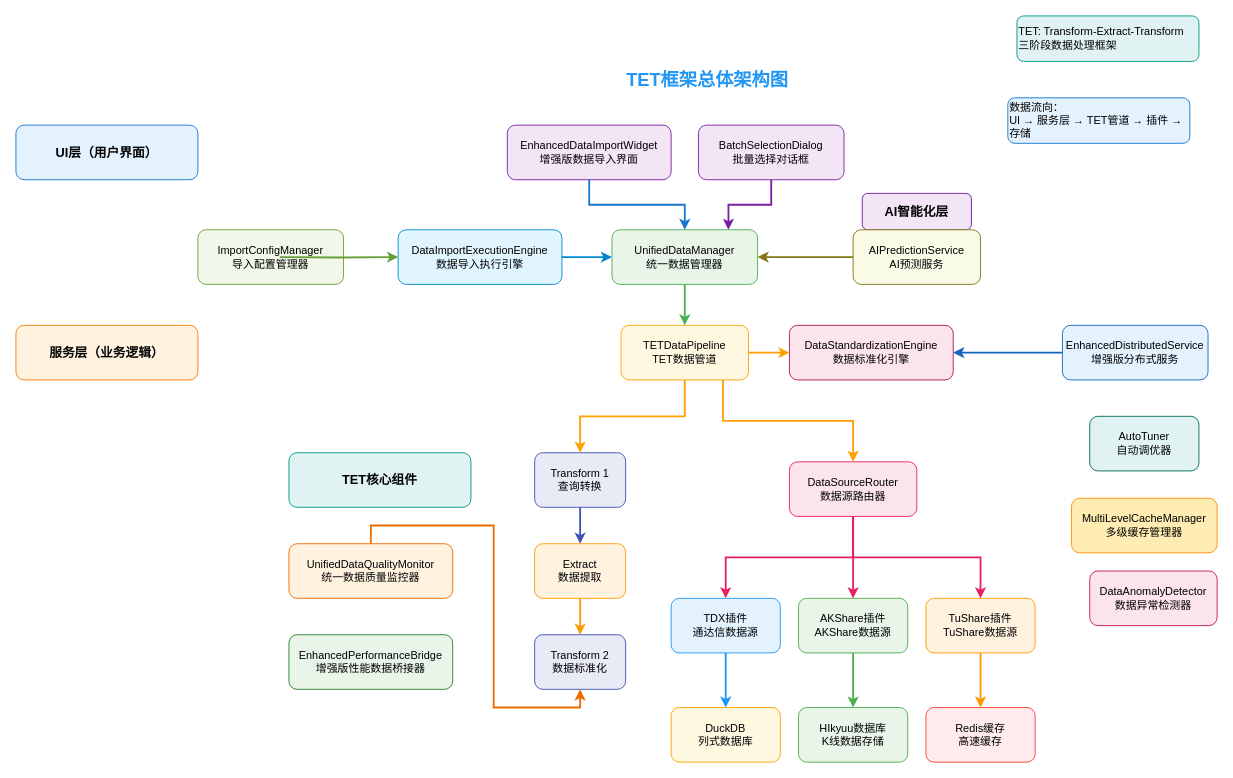
Earlier version of the draw.io diagram page "TET框架总体架构" (1 of 4) of drawio/DuckDB_TET_Framework_Architecture.drawio (kzqq092-png/houta). Source tidied: cells renumbered, new cells numbered last; positions are measured from the earlier drawing's top-left corner, leaving out a move shared by most shapes. Both pictures are drawn from the tidied source at 91%, with x=0, y=0 at pixel (15, 15).
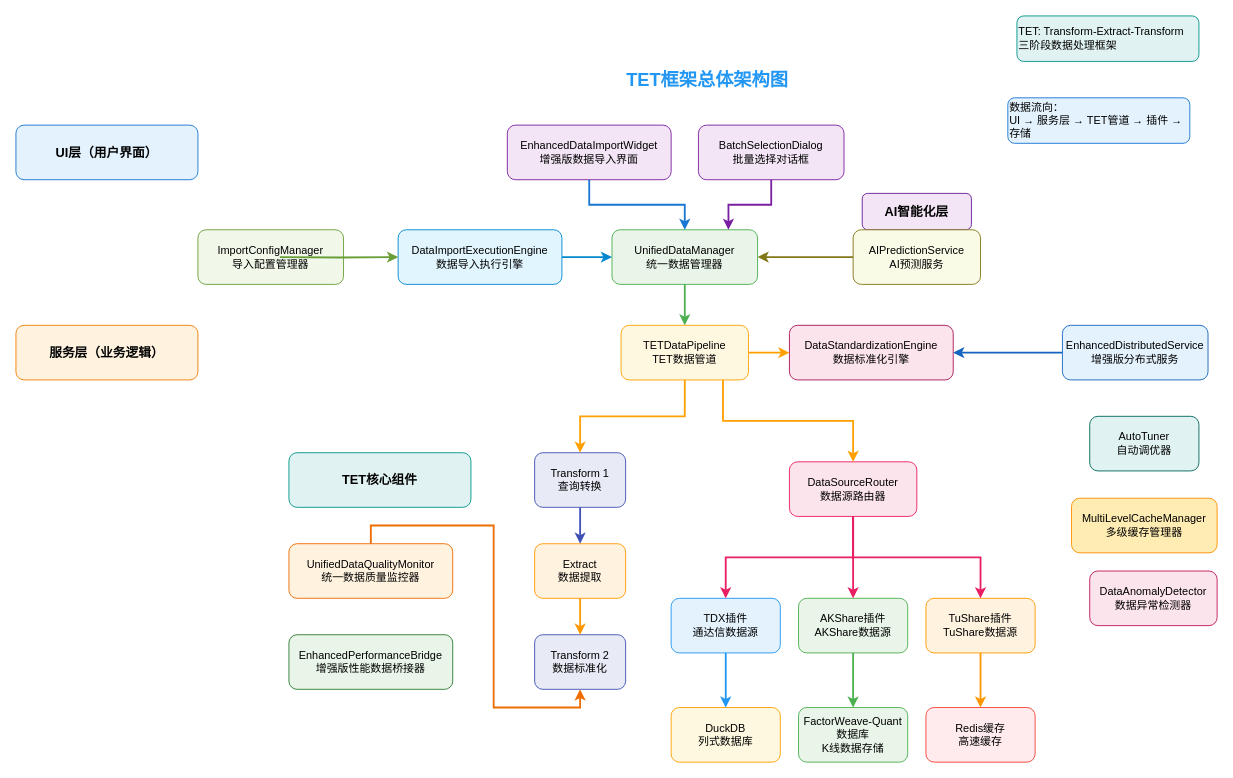
The same diagram, later.

Diff of the diagram source:
```diff
@@
-    <mxCell id="18" value="HIkyuu数据库&#10;K线数据存储" style="rounded=1;whiteSpace=wrap;html=1;fillColor=#e8f5e8;strokeColor=#4caf50;fontColor=#000000;" parent="1" vertex="1">
+    <mxCell id="18" value="FactorWeave-Quant数据库&#10;K线数据存储" style="rounded=1;whiteSpace=wrap;html=1;fillColor=#e8f5e8;strokeColor=#4caf50;fontColor=#000000;" parent="1" vertex="1">
       <mxGeometry x="860" y="760" width="120" height="60" as="geometry" />
     </mxCell>
```
